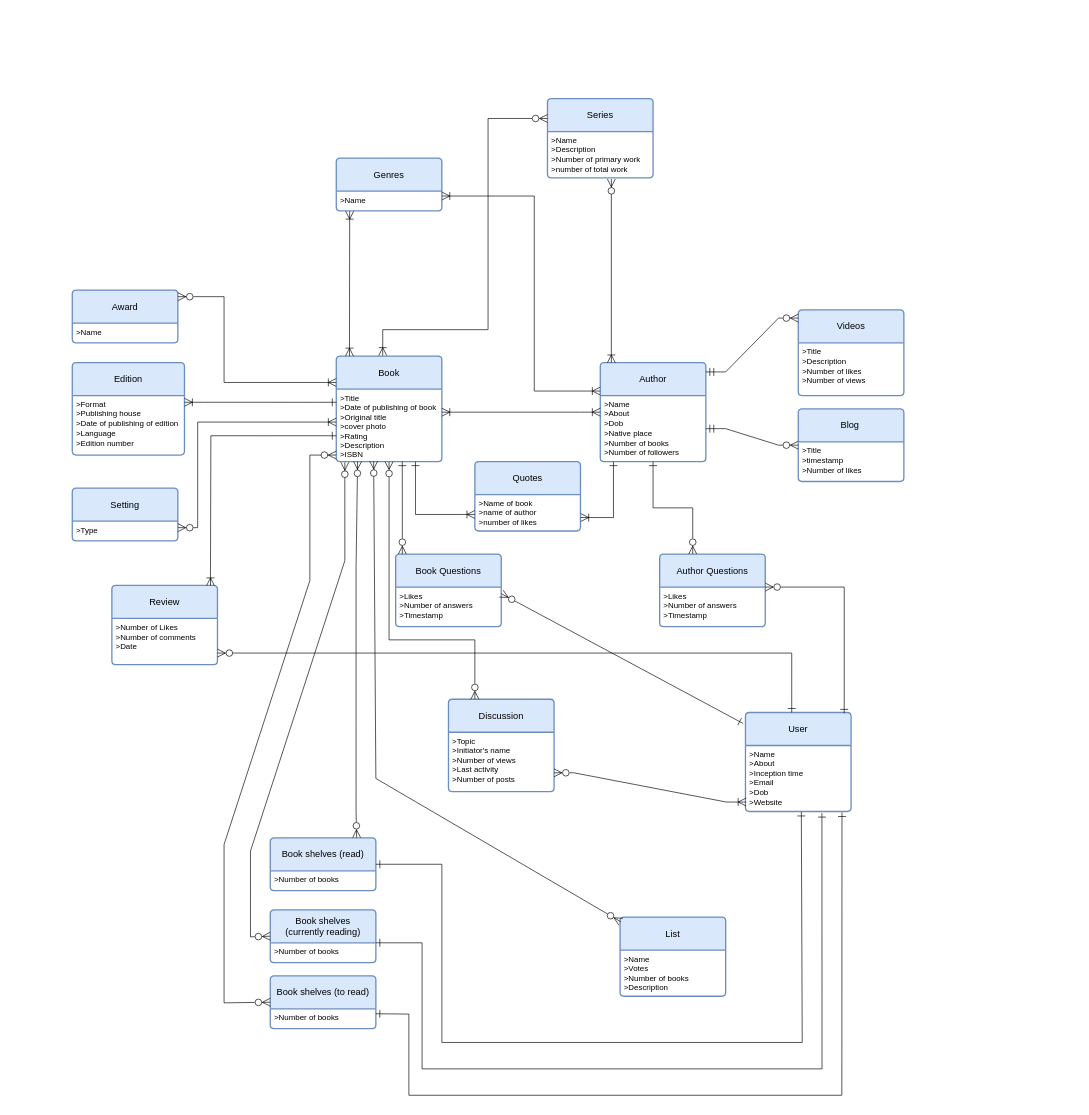
The draw.io diagram Untitled Diagram.drawio in AyushSaxena01/erd, before the edit. Source tidied: cells renumbered, new cells numbered last; positions are measured from the earlier drawing's top-left corner, leaving out a move shared by most shapes. Both pictures are drawn from the tidied source at 66%, with x=0, y=0 at pixel (72, 98).
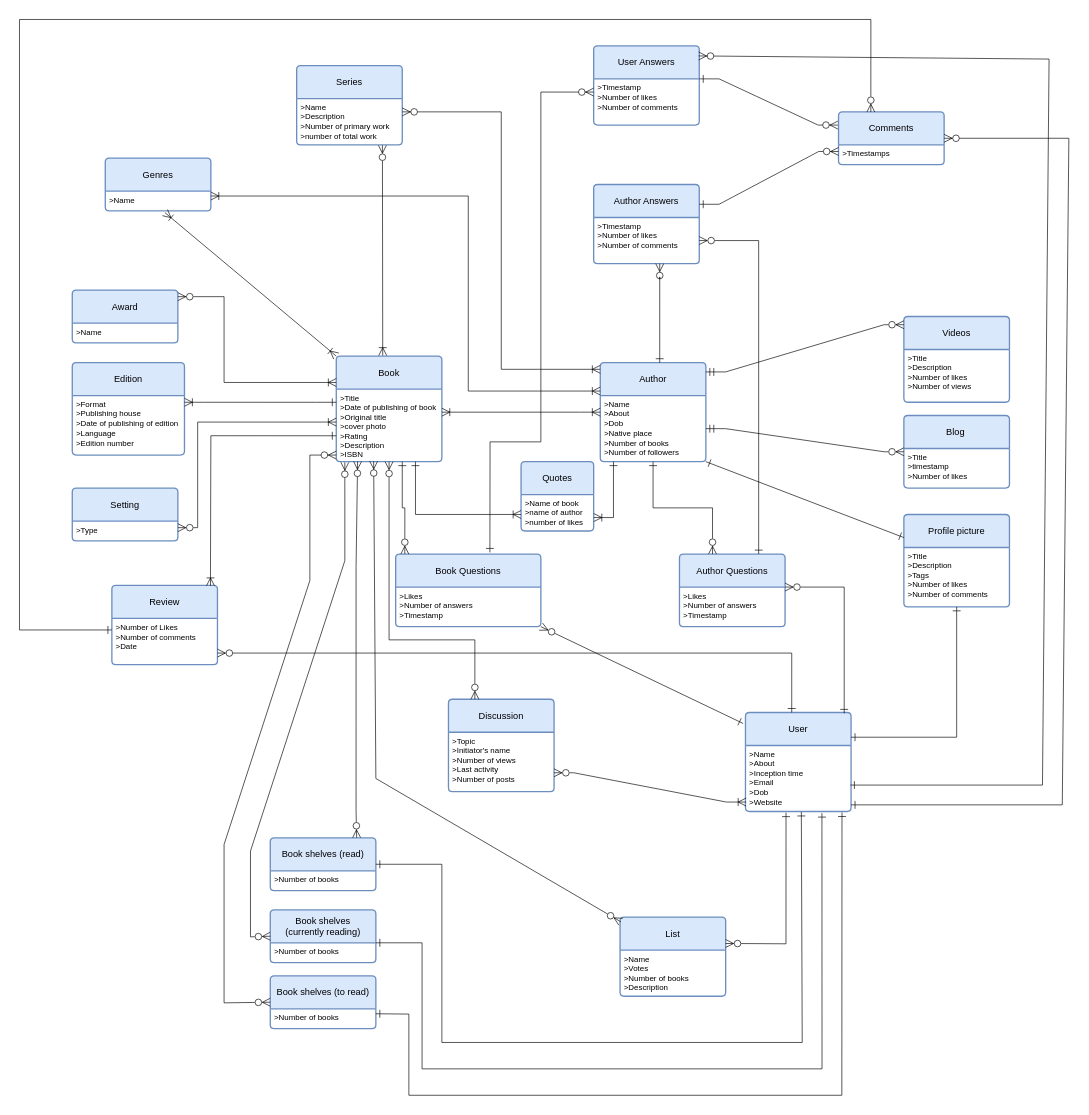
After the change.

Unchanged cells that the change refers to:
```xml
<mxCell id="2" value="Book" style="swimlane;horizontal=1;startSize=50;rounded=1;fontSize=14;fontStyle=0;strokeWidth=2;shadow=0;dashed=0;align=center;arcSize=4;whiteSpace=wrap;html=1;fillColor=#dae8fc;strokeColor=#6c8ebf;" parent="1" vertex="1">
  <mxGeometry x="400" y="390" width="160" height="160" as="geometry" />
</mxCell>
<mxCell id="4" value="Author" style="swimlane;horizontal=1;startSize=50;rounded=1;fontSize=14;fontStyle=0;strokeWidth=2;shadow=0;dashed=0;align=center;arcSize=4;whiteSpace=wrap;html=1;fillColor=#dae8fc;strokeColor=#6c8ebf;" parent="1" vertex="1">
  <mxGeometry x="800" y="400" width="160" height="150" as="geometry" />
</mxCell>
<mxCell id="5" value="&amp;gt;Name&lt;br&gt;&amp;gt;About&lt;br&gt;&amp;gt;Dob&lt;br&gt;&amp;gt;Native place&lt;br&gt;&amp;gt;Number of books&lt;br&gt;&amp;gt;Number of followers" style="align=left;strokeColor=none;fillColor=none;spacingLeft=4;fontSize=12;verticalAlign=top;html=1;" parent="4" vertex="1">
  <mxGeometry y="50" width="160" height="100" as="geometry" />
</mxCell>
<mxCell id="7" value="&amp;gt;Number of Likes&lt;br&gt;&amp;gt;Number of comments&lt;br&gt;&amp;gt;Date&amp;nbsp;" style="align=left;strokeColor=none;fillColor=none;spacingLeft=4;fontSize=12;verticalAlign=top;html=1;" parent="6" vertex="1">
  <mxGeometry y="50" width="160" height="70" as="geometry" />
</mxCell>
<mxCell id="9" value="&amp;gt;Name" style="align=left;strokeColor=none;fillColor=none;spacingLeft=4;fontSize=12;verticalAlign=top;html=1;" parent="8" vertex="1">
  <mxGeometry y="50" width="160" height="30" as="geometry" />
</mxCell>
<mxCell id="11" value="&amp;gt;Name&lt;br&gt;&amp;gt;Description&lt;br&gt;&amp;gt;Number of primary work&lt;br&gt;&amp;gt;number of total work" style="align=left;strokeColor=none;fillColor=none;spacingLeft=4;fontSize=12;verticalAlign=top;html=1;" parent="10" vertex="1">
  <mxGeometry y="50" width="160" height="70" as="geometry" />
</mxCell>
<mxCell id="26" value="User" style="swimlane;horizontal=1;startSize=50;rounded=1;fontSize=14;fontStyle=0;strokeWidth=2;shadow=0;dashed=0;align=center;arcSize=4;whiteSpace=wrap;html=1;fillColor=#dae8fc;strokeColor=#6c8ebf;" parent="1" vertex="1">
  <mxGeometry x="1020" y="930" width="160" height="150" as="geometry" />
</mxCell>
<mxCell id="27" value="&amp;gt;Name&lt;br&gt;&amp;gt;About&lt;br&gt;&amp;gt;Inception time&lt;br&gt;&amp;gt;Email&lt;br&gt;&amp;gt;Dob&lt;br&gt;&amp;gt;Website" style="align=left;strokeColor=none;fillColor=none;spacingLeft=4;fontSize=12;verticalAlign=top;html=1;" parent="26" vertex="1">
  <mxGeometry y="50" width="160" height="100" as="geometry" />
</mxCell>
```

What changed in the source:
```diff
@@
     <mxCell id="8" value="Genres" style="swimlane;horizontal=1;startSize=50;rounded=1;fontSize=14;fontStyle=0;strokeWidth=2;shadow=0;dashed=0;align=center;arcSize=4;whiteSpace=wrap;html=1;fillColor=#dae8fc;strokeColor=#6c8ebf;" parent="1" vertex="1">
-      <mxGeometry x="400" y="90" width="160" height="80" as="geometry" />
+      <mxGeometry x="50" y="90" width="160" height="80" as="geometry" />
     </mxCell>
@@
     <mxCell id="10" value="Series" style="swimlane;horizontal=1;startSize=50;rounded=1;fontSize=14;fontStyle=0;strokeWidth=2;shadow=0;dashed=0;align=center;arcSize=4;whiteSpace=wrap;html=1;fillColor=#dae8fc;strokeColor=#6c8ebf;" parent="1" vertex="1">
-      <mxGeometry x="720" width="160" height="120" as="geometry" />
+      <mxGeometry x="340" y="-50" width="160" height="120" as="geometry" />
     </mxCell>
@@
     <mxCell id="18" value="Quotes" style="swimlane;horizontal=1;startSize=50;rounded=1;fontSize=14;fontStyle=0;strokeWidth=2;shadow=0;dashed=0;align=center;arcSize=4;whiteSpace=wrap;html=1;fillColor=#dae8fc;strokeColor=#6c8ebf;" parent="1" vertex="1">
-      <mxGeometry x="610" y="550" width="160" height="105" as="geometry" />
+      <mxGeometry x="680" y="550" width="110" height="105" as="geometry" />
     </mxCell>
     <mxCell id="19" value="&amp;gt;Name of book&lt;br&gt;&amp;gt;name of author&lt;br&gt;&amp;gt;number of likes" style="align=left;strokeColor=none;fillColor=none;spacingLeft=4;fontSize=12;verticalAlign=top;html=1;" parent="18" vertex="1">
-      <mxGeometry y="50" width="160" height="55" as="geometry" />
+      <mxGeometry y="50" width="110" height="55" as="geometry" />
     </mxCell>
@@
     <mxCell id="22" value="Author Questions" style="swimlane;horizontal=1;startSize=50;rounded=1;fontSize=14;fontStyle=0;strokeWidth=2;shadow=0;dashed=0;align=center;arcSize=4;whiteSpace=wrap;html=1;fillColor=#dae8fc;strokeColor=#6c8ebf;" parent="1" vertex="1">
-      <mxGeometry x="890" y="690" width="160" height="110" as="geometry" />
+      <mxGeometry x="920" y="690" width="160" height="110" as="geometry" />
     </mxCell>
@@
     <mxCell id="34" value="Blog&lt;span style=&quot;white-space: pre;&quot;&gt;&#9;&lt;/span&gt;" style="swimlane;horizontal=1;startSize=50;rounded=1;fontSize=14;fontStyle=0;strokeWidth=2;shadow=0;dashed=0;align=center;arcSize=4;whiteSpace=wrap;html=1;fillColor=#dae8fc;strokeColor=#6c8ebf;" parent="1" vertex="1">
-      <mxGeometry x="1100" y="470" width="160" height="110" as="geometry" />
+      <mxGeometry x="1260" y="480" width="160" height="110" as="geometry" />
     </mxCell>
@@
     <mxCell id="36" value="Videos" style="swimlane;horizontal=1;startSize=50;rounded=1;fontSize=14;fontStyle=0;strokeWidth=2;shadow=0;dashed=0;align=center;arcSize=4;whiteSpace=wrap;html=1;fillColor=#dae8fc;strokeColor=#6c8ebf;" parent="1" vertex="1">
-      <mxGeometry x="1100" y="320" width="160" height="130" as="geometry" />
+      <mxGeometry x="1260" y="330" width="160" height="130" as="geometry" />
     </mxCell>
@@
-    <mxCell id="40" style="fontSize=12;html=1;endArrow=ERoneToMany;endFill=0;startArrow=ERoneToMany;rounded=0;exitX=0.127;exitY=1.017;exitDx=0;exitDy=0;exitPerimeter=0;entryX=0.116;entryY=-0.01;entryDx=0;entryDy=0;entryPerimeter=0;endSize=10;startSize=10;startFill=0;" parent="1" edge="1" source="9">
+    <mxCell id="40" style="fontSize=12;html=1;endArrow=ERoneToMany;endFill=0;startArrow=ERoneToMany;rounded=0;exitX=0.565;exitY=1.089;exitDx=0;exitDy=0;exitPerimeter=0;endSize=10;startSize=10;startFill=0;" parent="1" edge="1" source="9">
       <mxGeometry relative="1" as="geometry">
-        <mxPoint x="420" y="390" as="targetPoint" />
+        <mxPoint x="400" y="390" as="targetPoint" />
       </mxGeometry>
     </mxCell>
     <mxCell id="41" style="fontSize=12;html=1;endArrow=ERoneToMany;endFill=0;startArrow=ERoneToMany;rounded=0;endSize=10;startSize=10;edgeStyle=orthogonalEdgeStyle;startFill=0;exitX=1;exitY=0.25;exitDx=0;exitDy=0;" parent="1" edge="1" source="9">
       <mxGeometry relative="1" as="geometry">
         <mxPoint x="800" y="443" as="targetPoint" />
         <Array as="points">
-          <mxPoint x="700" y="147" />
-          <mxPoint x="700" y="443" />
+          <mxPoint x="600" y="147" />
+          <mxPoint x="600" y="443" />
         </Array>
       </mxGeometry>
     </mxCell>
-    <mxCell id="42" style="edgeStyle=orthogonalEdgeStyle;fontSize=12;html=1;endArrow=ERzeroToMany;startArrow=ERoneToMany;rounded=0;endFill=0;startFill=0;entryX=0;entryY=0.25;entryDx=0;entryDy=0;exitX=0.44;exitY=-0.005;exitDx=0;exitDy=0;exitPerimeter=0;endSize=10;startSize=10;" parent="1" edge="1" source="2" target="10">
-      <mxGeometry relative="1" as="geometry">
-        <Array as="points">
-          <mxPoint x="470" y="350" />
-          <mxPoint x="630" y="350" />
-          <mxPoint x="630" y="30" />
-        </Array>
-      </mxGeometry>
+    <mxCell id="42" style="fontSize=12;html=1;endArrow=ERzeroToMany;startArrow=ERoneToMany;rounded=0;endFill=0;startFill=0;exitX=0.44;exitY=-0.005;exitDx=0;exitDy=0;exitPerimeter=0;endSize=10;startSize=10;entryX=0.812;entryY=1.01;entryDx=0;entryDy=0;entryPerimeter=0;" parent="1" edge="1" source="2" target="11">
+      <mxGeometry relative="1" as="geometry" />
     </mxCell>
-    <mxCell id="43" style="edgeStyle=orthogonalEdgeStyle;fontSize=12;html=1;endArrow=ERzeroToMany;endFill=1;startArrow=ERoneToMany;rounded=0;entryX=0.605;entryY=1.024;entryDx=0;entryDy=0;exitX=0.105;exitY=0.002;exitDx=0;exitDy=0;entryPerimeter=0;exitPerimeter=0;endSize=10;startSize=10;startFill=0;" parent="1" edge="1" source="4" target="11">
-      <mxGeometry relative="1" as="geometry" />
+    <mxCell id="43" style="edgeStyle=elbowEdgeStyle;fontSize=12;html=1;endArrow=ERzeroToMany;endFill=1;startArrow=ERoneToMany;rounded=0;exitX=0;exitY=0.067;exitDx=0;exitDy=0;exitPerimeter=0;endSize=10;startSize=10;startFill=0;" parent="1" edge="1" source="4">
+      <mxGeometry relative="1" as="geometry">
+        <mxPoint x="500" y="20" as="targetPoint" />
+      </mxGeometry>
     </mxCell>
@@
     <mxCell id="52" value="Book Questions" style="swimlane;horizontal=1;startSize=50;rounded=1;fontSize=14;fontStyle=0;strokeWidth=2;shadow=0;dashed=0;align=center;arcSize=4;whiteSpace=wrap;html=1;fillColor=#dae8fc;strokeColor=#6c8ebf;" parent="1" vertex="1">
-      <mxGeometry x="490" y="690" width="160" height="110" as="geometry" />
+      <mxGeometry x="490" y="690" width="220" height="110" as="geometry" />
     </mxCell>
     <mxCell id="53" value="&amp;gt;Likes&lt;br&gt;&amp;gt;Number of answers&lt;br&gt;&amp;gt;Timestamp" style="align=left;strokeColor=none;fillColor=none;spacingLeft=4;fontSize=12;verticalAlign=top;html=1;" parent="52" vertex="1">
-      <mxGeometry y="50" width="160" height="60" as="geometry" />
+      <mxGeometry y="50" width="220" height="60" as="geometry" />
     </mxCell>
@@
-    <mxCell id="57" style="fontSize=12;html=1;endArrow=ERone;rounded=0;endFill=0;startArrow=ERzeroToMany;startFill=0;endSize=10;startSize=10;entryX=-0.022;entryY=0.111;entryDx=0;entryDy=0;entryPerimeter=0;" parent="1" edge="1" target="26">
-      <mxGeometry relative="1" as="geometry">
-        <mxPoint x="650" y="750" as="sourcePoint" />
-      </mxGeometry>
+    <mxCell id="57" style="fontSize=12;html=1;endArrow=ERone;rounded=0;endFill=0;startArrow=ERzeroToMany;startFill=0;endSize=10;startSize=10;entryX=-0.022;entryY=0.111;entryDx=0;entryDy=0;entryPerimeter=0;exitX=1;exitY=1;exitDx=0;exitDy=0;" parent="1" edge="1" source="53" target="26">
+      <mxGeometry relative="1" as="geometry" />
     </mxCell>
@@
+    <mxCell id="67" style="edgeStyle=orthogonalEdgeStyle;fontSize=12;html=1;endArrow=ERone;endFill=0;rounded=0;entryX=0.384;entryY=1.018;entryDx=0;entryDy=0;entryPerimeter=0;endSize=10;startSize=10;startArrow=ERzeroToMany;startFill=0;" parent="1" edge="1" target="27">
+      <mxGeometry relative="1" as="geometry">
+        <mxPoint x="990" y="1280" as="sourcePoint" />
+      </mxGeometry>
+    </mxCell>
+    <mxCell id="68" value="Profile picture" style="swimlane;horizontal=1;startSize=50;rounded=1;fontSize=14;fontStyle=0;strokeWidth=2;shadow=0;dashed=0;align=center;arcSize=4;whiteSpace=wrap;html=1;fillColor=#dae8fc;strokeColor=#6c8ebf;" parent="1" vertex="1">
+      <mxGeometry x="1260" y="630" width="160" height="140" as="geometry" />
+    </mxCell>
+    <mxCell id="69" value="&amp;gt;Title&lt;br&gt;&amp;gt;Description&lt;br&gt;&amp;gt;Tags&lt;br&gt;&amp;gt;Number of likes&lt;br&gt;&amp;gt;Number of comments" style="align=left;strokeColor=none;fillColor=none;spacingLeft=4;fontSize=12;verticalAlign=top;html=1;" parent="68" vertex="1">
+      <mxGeometry y="50" width="160" height="90" as="geometry" />
+    </mxCell>
+    <mxCell id="70" style="edgeStyle=orthogonalEdgeStyle;fontSize=12;html=1;endArrow=ERone;endFill=0;startArrow=ERone;rounded=0;exitX=1;exitY=0.25;exitDx=0;exitDy=0;entryX=0.5;entryY=1;entryDx=0;entryDy=0;endSize=10;startSize=10;startFill=0;" parent="1" edge="1" source="26" target="69">
+      <mxGeometry relative="1" as="geometry" />
+    </mxCell>
+    <mxCell id="71" style="fontSize=12;html=1;endArrow=ERone;endFill=0;startArrow=ERone;rounded=0;endSize=10;startSize=10;startFill=0;exitX=0;exitY=0.25;exitDx=0;exitDy=0;entryX=1;entryY=1;entryDx=0;entryDy=0;" parent="1" edge="1" source="68" target="5">
+      <mxGeometry relative="1" as="geometry" />
+    </mxCell>
+    <mxCell id="72" value="Comments" style="swimlane;horizontal=1;startSize=50;rounded=1;fontSize=14;fontStyle=0;strokeWidth=2;shadow=0;dashed=0;align=center;arcSize=4;whiteSpace=wrap;html=1;fillColor=#dae8fc;strokeColor=#6c8ebf;" parent="1" vertex="1">
+      <mxGeometry x="1161" y="20" width="160" height="80" as="geometry" />
+    </mxCell>
+    <mxCell id="73" value="&amp;gt;Timestamps" style="align=left;strokeColor=none;fillColor=none;spacingLeft=4;fontSize=12;verticalAlign=top;html=1;" parent="72" vertex="1">
+      <mxGeometry y="50" width="160" height="30" as="geometry" />
+    </mxCell>
+    <mxCell id="74" value="Author Answers" style="swimlane;horizontal=1;startSize=50;rounded=1;fontSize=14;fontStyle=0;strokeWidth=2;shadow=0;dashed=0;align=center;arcSize=4;whiteSpace=wrap;html=1;fillColor=#dae8fc;strokeColor=#6c8ebf;" parent="1" vertex="1">
+      <mxGeometry x="790" y="130" width="160" height="120" as="geometry" />
+    </mxCell>
+    <mxCell id="75" value="&amp;gt;Timestamp&lt;br&gt;&amp;gt;Number of likes&lt;br&gt;&amp;gt;Number of comments" style="align=left;strokeColor=none;fillColor=none;spacingLeft=4;fontSize=12;verticalAlign=top;html=1;" parent="74" vertex="1">
+      <mxGeometry y="50" width="160" height="70" as="geometry" />
+    </mxCell>
+    <mxCell id="76" style="edgeStyle=orthogonalEdgeStyle;fontSize=12;html=1;endArrow=ERzeroToMany;startArrow=ERone;rounded=0;exitX=0.563;exitY=0;exitDx=0;exitDy=0;exitPerimeter=0;startSize=10;endSize=10;startFill=0;endFill=0;" parent="1" edge="1" source="4" target="75">
+      <mxGeometry relative="1" as="geometry">
+        <Array as="points">
+          <mxPoint x="890" y="270" />
+          <mxPoint x="890" y="270" />
+        </Array>
+      </mxGeometry>
+    </mxCell>
+    <mxCell id="77" value="User Answers" style="swimlane;horizontal=1;startSize=50;rounded=1;fontSize=14;fontStyle=0;strokeWidth=2;shadow=0;dashed=0;align=center;arcSize=4;whiteSpace=wrap;html=1;fillColor=#dae8fc;strokeColor=#6c8ebf;" parent="1" vertex="1">
+      <mxGeometry x="790" y="-80" width="160" height="120" as="geometry" />
+    </mxCell>
+    <mxCell id="78" value="&amp;gt;Timestamp&lt;br&gt;&amp;gt;Number of likes&lt;br&gt;&amp;gt;Number of comments" style="align=left;strokeColor=none;fillColor=none;spacingLeft=4;fontSize=12;verticalAlign=top;html=1;" parent="77" vertex="1">
+      <mxGeometry y="50" width="160" height="70" as="geometry" />
+    </mxCell>
+    <mxCell id="79" style="fontSize=12;html=1;endArrow=ERzeroToMany;endFill=0;rounded=0;exitX=0.75;exitY=0;exitDx=0;exitDy=0;entryX=1;entryY=0.5;entryDx=0;entryDy=0;endSize=10;startSize=10;startArrow=ERone;startFill=0;" parent="1" edge="1" source="22" target="75">
+      <mxGeometry relative="1" as="geometry">
+        <Array as="points">
+          <mxPoint x="1040" y="215" />
+        </Array>
+      </mxGeometry>
+    </mxCell>
+    <mxCell id="80" style="edgeStyle=entityRelationEdgeStyle;fontSize=12;html=1;endArrow=ERzeroToMany;endFill=1;rounded=0;entryX=0;entryY=0.75;entryDx=0;entryDy=0;exitX=1;exitY=0.25;exitDx=0;exitDy=0;endSize=10;startSize=10;startArrow=ERone;startFill=0;" parent="1" edge="1" source="74" target="72">
+      <mxGeometry relative="1" as="geometry">
+        <Array as="points">
+          <mxPoint x="1150" y="110" />
+        </Array>
+      </mxGeometry>
+    </mxCell>
+    <mxCell id="81" style="edgeStyle=entityRelationEdgeStyle;fontSize=12;html=1;endArrow=ERzeroToMany;endFill=1;rounded=0;exitX=1;exitY=0;exitDx=0;exitDy=0;endSize=10;startSize=10;startArrow=ERone;startFill=0;" parent="1" edge="1" source="78">
+      <mxGeometry relative="1" as="geometry">
+        <mxPoint x="1160" y="40" as="targetPoint" />
+        <Array as="points">
+          <mxPoint x="1200" y="10" />
+          <mxPoint x="1120" y="30" />
+        </Array>
+      </mxGeometry>
+    </mxCell>
+    <mxCell id="82" style="fontSize=12;html=1;endArrow=ERzeroToMany;endFill=1;rounded=0;exitX=0.649;exitY=-0.023;exitDx=0;exitDy=0;exitPerimeter=0;startArrow=ERone;startFill=0;endSize=10;startSize=10;" parent="1" edge="1" source="52">
+      <mxGeometry relative="1" as="geometry">
+        <mxPoint x="790" y="-10" as="targetPoint" />
+        <Array as="points">
+          <mxPoint x="633" y="520" />
+          <mxPoint x="710" y="520" />
+          <mxPoint x="710" y="-10" />
+        </Array>
+      </mxGeometry>
+    </mxCell>
+    <mxCell id="83" style="fontSize=12;html=1;endArrow=ERzeroToMany;endFill=1;rounded=0;entryX=0.994;entryY=0.127;entryDx=0;entryDy=0;entryPerimeter=0;startArrow=ERone;startFill=0;endSize=10;startSize=10;" parent="1" edge="1" target="77">
+      <mxGeometry relative="1" as="geometry">
+        <mxPoint x="1179" y="1040" as="sourcePoint" />
+        <Array as="points">
+          <mxPoint x="1470" y="1040" />
+          <mxPoint x="1480" y="-60" />
+        </Array>
+      </mxGeometry>
+    </mxCell>
+    <mxCell id="84" style="fontSize=12;html=1;endArrow=ERone;endFill=0;rounded=0;entryX=0;entryY=0.25;entryDx=0;entryDy=0;exitX=0.306;exitY=0.004;exitDx=0;exitDy=0;exitPerimeter=0;startArrow=ERzeroToMany;startFill=0;endSize=10;startSize=10;" parent="1" edge="1" source="72" target="7">
+      <mxGeometry relative="1" as="geometry">
+        <Array as="points">
+          <mxPoint x="1210" y="-120" />
+          <mxPoint x="-80" y="-120" />
+          <mxPoint x="-80" y="805" />
+        </Array>
+      </mxGeometry>
+    </mxCell>
+    <mxCell id="85" style="fontSize=12;html=1;endArrow=ERzeroToMany;endFill=1;rounded=0;entryX=1;entryY=0.5;entryDx=0;entryDy=0;startArrow=ERone;startFill=0;endSize=10;startSize=10;" parent="1" edge="1" target="72">
+      <mxGeometry relative="1" as="geometry">
+        <mxPoint x="1180" y="1070" as="sourcePoint" />
+        <Array as="points">
+          <mxPoint x="1500" y="1070" />
+          <mxPoint x="1510" y="60" />
+        </Array>
+      </mxGeometry>
+    </mxCell>
```
